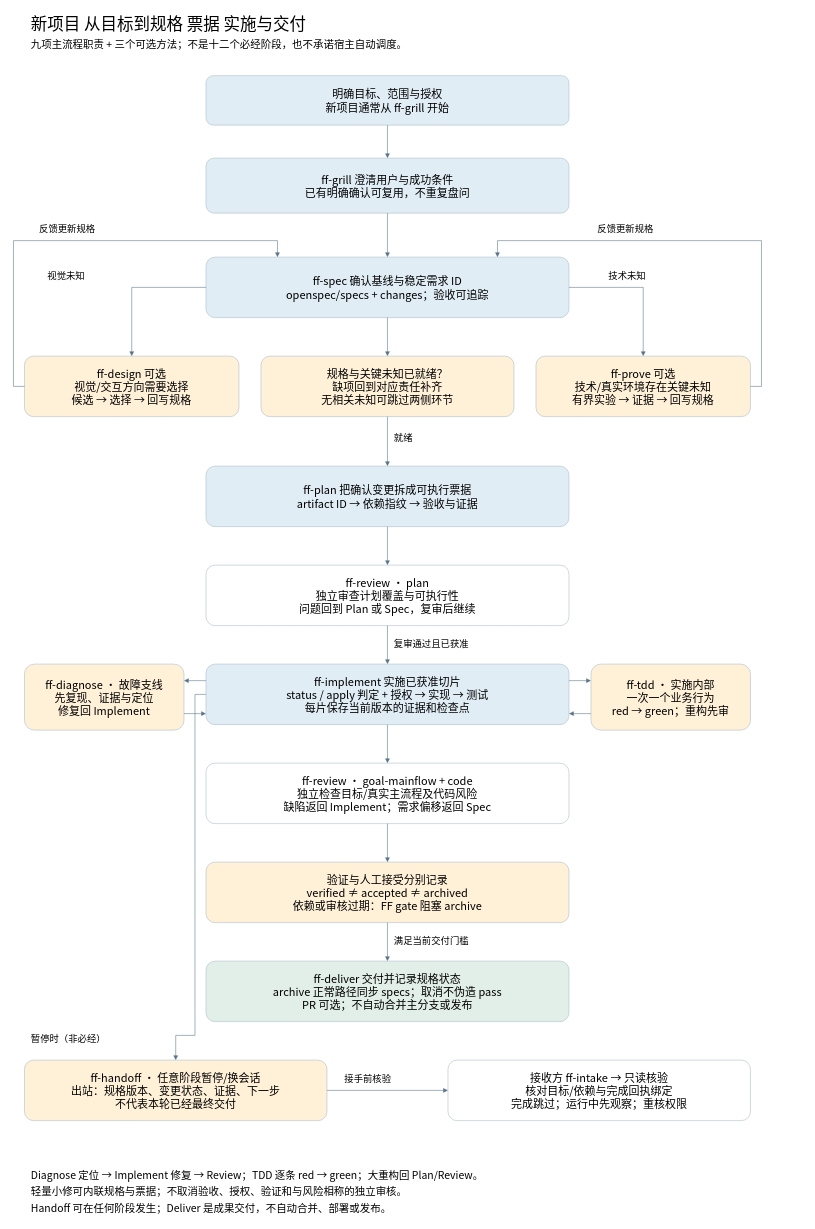
Earlier version of the draw.io diagram docs/diagrams/new-project-workflow.drawio (chyhelloworld/ForgeFlowSkill). Source tidied: cells renumbered, new cells numbered last; positions are measured from the earlier drawing's top-left corner, leaving out a move shared by most shapes. Both pictures are drawn from the tidied source at 55%, with x=0, y=0 at pixel (13, 9).
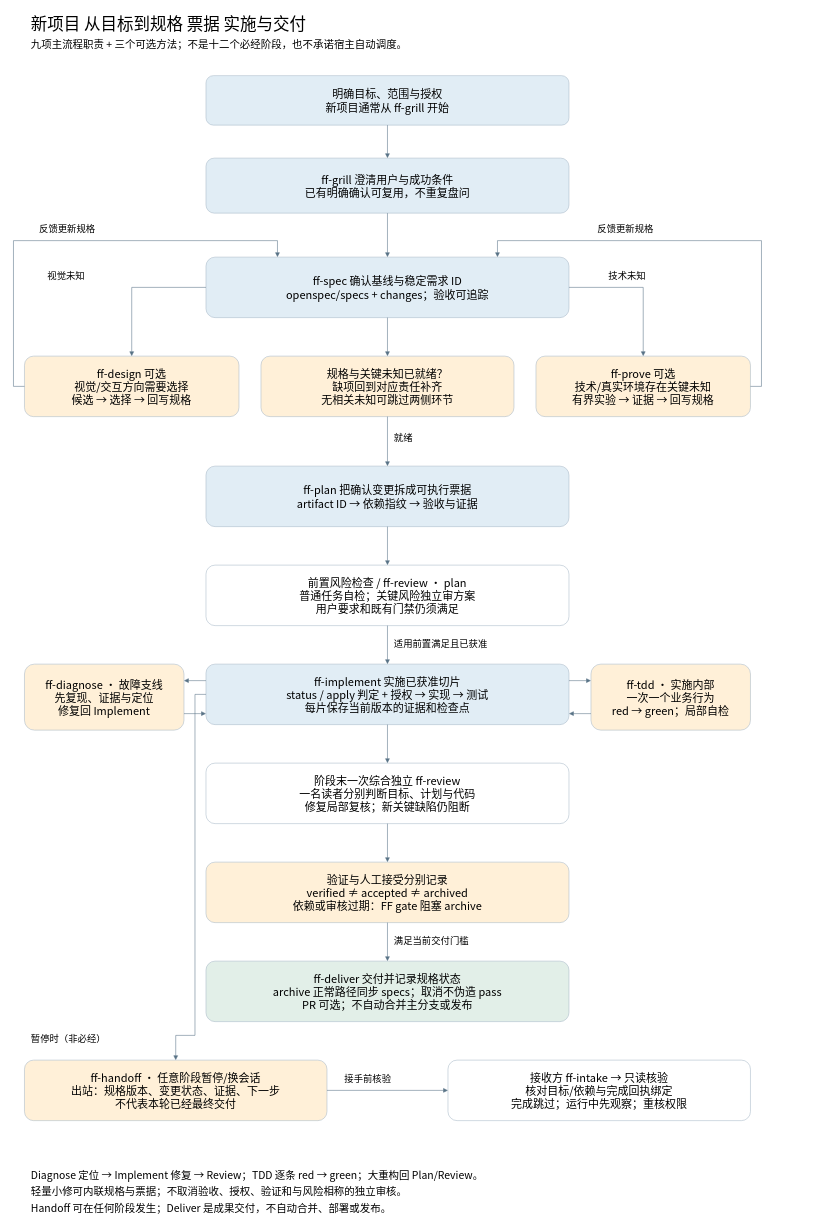
After the change.

Change to the diagram source:
```diff
@@
-    <mxCell id="14" value="ff-review · plan&#10;独立审查计划覆盖与可执行性&#10;问题回到 Plan 或 Spec，复审后继续" style="rounded=1;whiteSpace=wrap;html=0;fillColor=#ffffff;strokeColor=#a9bac8;fontFamily=Noto Sans CJK SC;fontSize=20;" parent="1" vertex="1">
+    <mxCell id="14" value="前置风险检查 / ff-review · plan&#10;普通任务自检；关键风险独立审方案&#10;用户要求和既有门禁仍须满足" style="rounded=1;whiteSpace=wrap;html=0;fillColor=#ffffff;strokeColor=#a9bac8;fontFamily=Noto Sans CJK SC;fontSize=20;" parent="1" vertex="1">
       <mxGeometry x="350" y="1010" width="660" height="110" as="geometry" />
     </mxCell>
@@
-    <mxCell id="16" value="ff-review · goal-mainflow + code&#10;独立检查目标/真实主流程及代码风险&#10;缺陷返回 Implement；需求偏移返回 Spec" style="rounded=1;whiteSpace=wrap;html=0;fillColor=#ffffff;strokeColor=#a9bac8;fontFamily=Noto Sans CJK SC;fontSize=20;" parent="1" vertex="1">
+    <mxCell id="16" value="阶段末一次综合独立 ff-review&#10;一名读者分别判断目标、计划与代码&#10;修复局部复核；新关键缺陷仍阻断" style="rounded=1;whiteSpace=wrap;html=0;fillColor=#ffffff;strokeColor=#a9bac8;fontFamily=Noto Sans CJK SC;fontSize=20;" parent="1" vertex="1">
       <mxGeometry x="350" y="1370" width="660" height="110" as="geometry" />
     </mxCell>
@@
-    <mxCell id="20" value="ff-tdd · 实施内部&#10;一次一个业务行为&#10;red → green；重构先审" style="rounded=1;whiteSpace=wrap;html=0;fillColor=#fff0d8;strokeColor=#a9bac8;fontFamily=Noto Sans CJK SC;fontSize=20;" parent="1" vertex="1">
+    <mxCell id="20" value="ff-tdd · 实施内部&#10;一次一个业务行为&#10;red → green；局部自检" style="rounded=1;whiteSpace=wrap;html=0;fillColor=#fff0d8;strokeColor=#a9bac8;fontFamily=Noto Sans CJK SC;fontSize=20;" parent="1" vertex="1">
       <mxGeometry x="1050" y="1190" width="290" height="120" as="geometry" />
     </mxCell>
@@
-    <mxCell id="38" value="复审通过且已获准" style="text;html=0;align=left;strokeColor=none;fillColor=none;fontSize=17;fontFamily=Noto Sans CJK SC;" parent="1" vertex="1">
+    <mxCell id="38" value="适用前置满足且已获准" style="text;html=0;align=left;strokeColor=none;fillColor=none;fontSize=17;fontFamily=Noto Sans CJK SC;" parent="1" vertex="1">
       <mxGeometry x="690" y="1137" width="360" height="30" as="geometry" />
     </mxCell>
```
